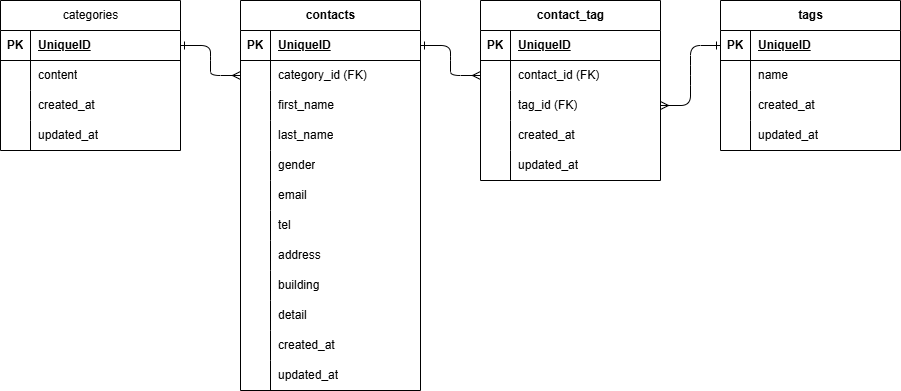
Above: images/er-diagram.png in taiga-takeda/contact-form-app (draw.io), before the change. Source tidied: cells renumbered, new cells last; positions are measured from the earlier drawing's top-left corner, leaving out a move shared by most shapes.
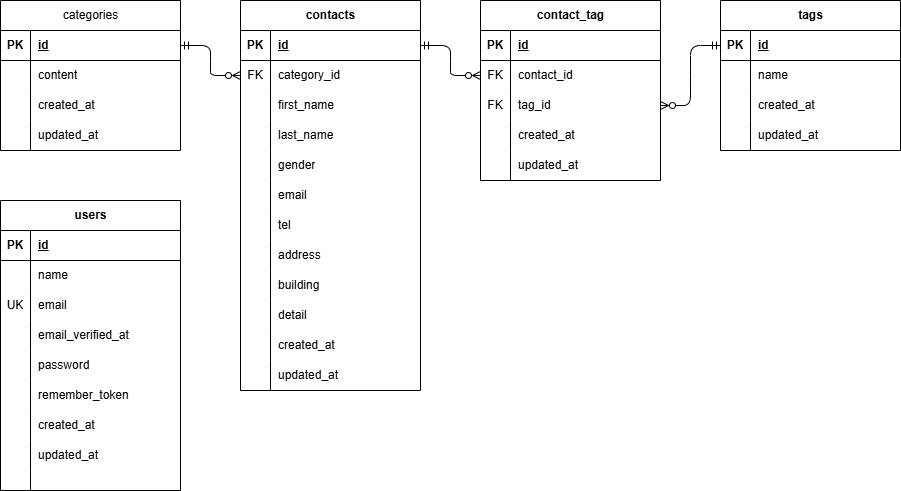
The same file after the commit.

The edit, as a diff of the source:
```diff
@@ -11,25 +11,25 @@
     <mxCell id="4" value="PK" style="shape=partialRectangle;fillColor=none;top=0;left=0;bottom=0;right=0;fontStyle=1;overflow=hidden;whiteSpace=wrap;html=1;" parent="3" vertex="1">
       <mxGeometry width="30" height="30" as="geometry" />
     </mxCell>
-    <mxCell id="5" value="UniqueID" style="shape=partialRectangle;fillColor=none;top=0;left=0;bottom=0;right=0;align=left;spacingLeft=6;fontStyle=5;overflow=hidden;whiteSpace=wrap;html=1;" parent="3" vertex="1">
+    <mxCell id="5" value="id" style="shape=partialRectangle;fillColor=none;top=0;left=0;bottom=0;right=0;align=left;spacingLeft=6;fontStyle=5;overflow=hidden;whiteSpace=wrap;html=1;" parent="3" vertex="1">
       <mxGeometry x="30" width="150" height="30" as="geometry" />
     </mxCell>
     <mxCell id="6" style="shape=tableRow;horizontal=0;startSize=0;swimlaneHead=0;swimlaneBody=0;fillColor=none;points=[[0,0.5],[1,0.5]];portConstraint=eastwest;top=0;left=0;right=0;bottom=0;" parent="2" vertex="1">
       <mxGeometry y="60" width="180" height="30" as="geometry" />
     </mxCell>
-    <mxCell id="7" style="shape=partialRectangle;fillColor=none;top=0;left=0;bottom=0;right=0;overflow=hidden;whiteSpace=wrap;html=1;" parent="6" vertex="1">
+    <mxCell id="7" value="FK" style="shape=partialRectangle;fillColor=none;top=0;left=0;bottom=0;right=0;overflow=hidden;whiteSpace=wrap;html=1;" parent="6" vertex="1">
       <mxGeometry width="30" height="30" as="geometry" />
     </mxCell>
-    <mxCell id="8" value="&lt;span style=&quot;color: rgb(0, 0, 0);&quot;&gt;contact_id (FK)&lt;/span&gt;" style="shape=partialRectangle;fillColor=none;top=0;left=0;bottom=0;right=0;align=left;spacingLeft=6;overflow=hidden;whiteSpace=wrap;html=1;" parent="6" vertex="1">
+    <mxCell id="8" value="&lt;span style=&quot;color: rgb(0, 0, 0);&quot;&gt;contact_id&lt;/span&gt;" style="shape=partialRectangle;fillColor=none;top=0;left=0;bottom=0;right=0;align=left;spacingLeft=6;overflow=hidden;whiteSpace=wrap;html=1;" parent="6" vertex="1">
       <mxGeometry x="30" width="150" height="30" as="geometry" />
     </mxCell>
     <mxCell id="9" style="shape=tableRow;horizontal=0;startSize=0;swimlaneHead=0;swimlaneBody=0;fillColor=none;points=[[0,0.5],[1,0.5]];portConstraint=eastwest;top=0;left=0;right=0;bottom=0;" parent="2" vertex="1">
       <mxGeometry y="90" width="180" height="30" as="geometry" />
     </mxCell>
-    <mxCell id="10" style="shape=partialRectangle;fillColor=none;top=0;left=0;bottom=0;right=0;overflow=hidden;whiteSpace=wrap;html=1;" parent="9" vertex="1">
+    <mxCell id="10" value="FK" style="shape=partialRectangle;fillColor=none;top=0;left=0;bottom=0;right=0;overflow=hidden;whiteSpace=wrap;html=1;" parent="9" vertex="1">
       <mxGeometry width="30" height="30" as="geometry" />
     </mxCell>
-    <mxCell id="11" value="&lt;span style=&quot;color: rgb(0, 0, 0);&quot;&gt;tag_id (FK)&lt;/span&gt;" style="shape=partialRectangle;fillColor=none;top=0;left=0;bottom=0;right=0;align=left;spacingLeft=6;overflow=hidden;whiteSpace=wrap;html=1;" parent="9" vertex="1">
+    <mxCell id="11" value="&lt;span style=&quot;color: rgb(0, 0, 0);&quot;&gt;tag_id&lt;/span&gt;" style="shape=partialRectangle;fillColor=none;top=0;left=0;bottom=0;right=0;align=left;spacingLeft=6;overflow=hidden;whiteSpace=wrap;html=1;" parent="9" vertex="1">
       <mxGeometry x="30" width="150" height="30" as="geometry" />
     </mxCell>
     <mxCell id="12" style="shape=tableRow;horizontal=0;startSize=0;swimlaneHead=0;swimlaneBody=0;fillColor=none;top=0;left=0;right=0;bottom=0;" parent="2" vertex="1">
@@ -59,7 +59,7 @@
     <mxCell id="20" value="PK" style="shape=partialRectangle;fillColor=none;top=0;left=0;bottom=0;right=0;fontStyle=1;overflow=hidden;whiteSpace=wrap;html=1;" parent="19" vertex="1">
       <mxGeometry width="30" height="30" as="geometry" />
     </mxCell>
-    <mxCell id="21" value="UniqueID" style="shape=partialRectangle;fillColor=none;top=0;left=0;bottom=0;right=0;align=left;spacingLeft=6;fontStyle=5;overflow=hidden;whiteSpace=wrap;html=1;" parent="19" vertex="1">
+    <mxCell id="21" value="id" style="shape=partialRectangle;fillColor=none;top=0;left=0;bottom=0;right=0;align=left;spacingLeft=6;fontStyle=5;overflow=hidden;whiteSpace=wrap;html=1;" parent="19" vertex="1">
       <mxGeometry x="30" width="150" height="30" as="geometry" />
     </mxCell>
     <mxCell id="22" style="shape=tableRow;horizontal=0;startSize=0;swimlaneHead=0;swimlaneBody=0;fillColor=none;top=0;left=0;right=0;bottom=0;" parent="18" vertex="1">
@@ -98,16 +98,16 @@
     <mxCell id="33" value="PK" style="shape=partialRectangle;fillColor=none;top=0;left=0;bottom=0;right=0;fontStyle=1;overflow=hidden;whiteSpace=wrap;html=1;" parent="32" vertex="1">
       <mxGeometry width="30" height="30" as="geometry" />
     </mxCell>
-    <mxCell id="34" value="UniqueID" style="shape=partialRectangle;fillColor=none;top=0;left=0;bottom=0;right=0;align=left;spacingLeft=6;fontStyle=5;overflow=hidden;whiteSpace=wrap;html=1;" parent="32" vertex="1">
+    <mxCell id="34" value="id" style="shape=partialRectangle;fillColor=none;top=0;left=0;bottom=0;right=0;align=left;spacingLeft=6;fontStyle=5;overflow=hidden;whiteSpace=wrap;html=1;" parent="32" vertex="1">
       <mxGeometry x="30" width="150" height="30" as="geometry" />
     </mxCell>
     <mxCell id="35" style="shape=tableRow;horizontal=0;startSize=0;swimlaneHead=0;swimlaneBody=0;fillColor=none;points=[[0,0.5],[1,0.5]];portConstraint=eastwest;top=0;left=0;right=0;bottom=0;" parent="31" vertex="1">
       <mxGeometry y="60" width="180" height="30" as="geometry" />
     </mxCell>
-    <mxCell id="36" style="shape=partialRectangle;fillColor=none;top=0;left=0;bottom=0;right=0;overflow=hidden;whiteSpace=wrap;html=1;" parent="35" vertex="1">
+    <mxCell id="36" value="FK" style="shape=partialRectangle;fillColor=none;top=0;left=0;bottom=0;right=0;overflow=hidden;whiteSpace=wrap;html=1;" parent="35" vertex="1">
       <mxGeometry width="30" height="30" as="geometry" />
     </mxCell>
-    <mxCell id="37" value="&lt;span style=&quot;color: rgb(0, 0, 0);&quot;&gt;category_id (FK)&lt;/span&gt;" style="shape=partialRectangle;fillColor=none;top=0;left=0;bottom=0;right=0;align=left;spacingLeft=6;overflow=hidden;whiteSpace=wrap;html=1;" parent="35" vertex="1">
+    <mxCell id="37" value="&lt;span style=&quot;color: rgb(0, 0, 0);&quot;&gt;category_id&lt;/span&gt;" style="shape=partialRectangle;fillColor=none;top=0;left=0;bottom=0;right=0;align=left;spacingLeft=6;overflow=hidden;whiteSpace=wrap;html=1;" parent="35" vertex="1">
       <mxGeometry x="30" width="150" height="30" as="geometry" />
     </mxCell>
     <mxCell id="38" style="shape=tableRow;horizontal=0;startSize=0;swimlaneHead=0;swimlaneBody=0;fillColor=none;top=0;left=0;right=0;bottom=0;" parent="31" vertex="1">
@@ -209,7 +209,7 @@
     <mxCell id="70" value="PK" style="shape=partialRectangle;fillColor=none;top=0;left=0;bottom=0;right=0;fontStyle=1;overflow=hidden;whiteSpace=wrap;html=1;" parent="69" vertex="1">
       <mxGeometry width="30" height="30" as="geometry" />
     </mxCell>
-    <mxCell id="71" value="UniqueID" style="shape=partialRectangle;fillColor=none;top=0;left=0;bottom=0;right=0;align=left;spacingLeft=6;fontStyle=5;overflow=hidden;whiteSpace=wrap;html=1;" parent="69" vertex="1">
+    <mxCell id="71" value="id" style="shape=partialRectangle;fillColor=none;top=0;left=0;bottom=0;right=0;align=left;spacingLeft=6;fontStyle=5;overflow=hidden;whiteSpace=wrap;html=1;" parent="69" vertex="1">
       <mxGeometry x="30" width="150" height="30" as="geometry" />
     </mxCell>
     <mxCell id="72" style="shape=tableRow;horizontal=0;startSize=0;swimlaneHead=0;swimlaneBody=0;fillColor=none;top=0;left=0;right=0;bottom=0;" parent="68" vertex="1">
@@ -239,18 +239,103 @@
     <mxCell id="80" value="&lt;span style=&quot;color: rgb(0, 0, 0);&quot;&gt;updated_at&lt;/span&gt;" style="shape=partialRectangle;fillColor=none;top=0;left=0;bottom=0;right=0;align=left;spacingLeft=6;overflow=hidden;whiteSpace=wrap;html=1;" parent="78" vertex="1">
       <mxGeometry x="30" width="150" height="30" as="geometry" />
     </mxCell>
-    <mxCell id="81" style="edgeStyle=entityRelationEdgeStyle;fontSize=12;html=1;endArrow=ERmany;startArrow=ERone;exitX=1;exitY=0.5;exitDx=0;exitDy=0;startFill=0;" parent="1" edge="1" source="69" target="35">
+    <mxCell id="81" style="edgeStyle=entityRelationEdgeStyle;fontSize=12;html=1;endArrow=ERzeroToMany;startArrow=ERmandOne;startFill=0;endFill=0;" parent="1" edge="1" target="35">
       <mxGeometry relative="1" as="geometry">
+        <mxPoint x="180" y="45" as="sourcePoint" />
         <Array as="points">
           <mxPoint x="220" y="110" />
         </Array>
       </mxGeometry>
     </mxCell>
-    <mxCell id="82" style="edgeStyle=entityRelationEdgeStyle;fontSize=12;html=1;endArrow=ERmany;startArrow=ERone;exitX=1;exitY=0.5;exitDx=0;exitDy=0;startFill=0;" parent="1" edge="1" source="32" target="6">
+    <mxCell id="82" style="edgeStyle=entityRelationEdgeStyle;fontSize=12;html=1;endArrow=ERzeroToMany;startArrow=ERmandOne;exitX=1;exitY=0.5;exitDx=0;exitDy=0;startFill=0;endFill=0;" parent="1" edge="1" source="32" target="6">
       <mxGeometry relative="1" as="geometry" />
     </mxCell>
-    <mxCell id="83" style="edgeStyle=entityRelationEdgeStyle;fontSize=12;html=1;endArrow=ERone;startArrow=ERmany;endFill=0;" parent="1" edge="1" source="9" target="19">
+    <mxCell id="83" style="edgeStyle=entityRelationEdgeStyle;fontSize=12;html=1;endArrow=ERmandOne;startArrow=ERzeroToMany;endFill=0;startFill=0;" parent="1" edge="1" source="9" target="19">
       <mxGeometry relative="1" as="geometry" />
     </mxCell>
+    <mxCell id="84" value="users" style="shape=table;startSize=30;rowLines=0;fontStyle=1;align=center;html=1;" parent="1" vertex="1">
+      <mxGeometry y="200" width="180" height="290" as="geometry" />
+    </mxCell>
+    <mxCell id="85" style="shape=tableRow;horizontal=0;startSize=0;swimlaneHead=0;swimlaneBody=0;fillColor=none;top=0;left=0;right=0;bottom=1;" parent="84" vertex="1">
+      <mxGeometry y="30" width="180" height="30" as="geometry" />
+    </mxCell>
+    <mxCell id="86" value="PK" style="shape=partialRectangle;fillColor=none;top=0;left=0;bottom=0;right=0;fontStyle=1;overflow=hidden;whiteSpace=wrap;html=1;" parent="85" vertex="1">
+      <mxGeometry width="30" height="30" as="geometry" />
+    </mxCell>
+    <mxCell id="87" value="id" style="shape=partialRectangle;fillColor=none;top=0;left=0;bottom=0;right=0;align=left;spacingLeft=6;fontStyle=5;overflow=hidden;whiteSpace=wrap;html=1;" parent="85" vertex="1">
+      <mxGeometry x="30" width="150" height="30" as="geometry" />
+    </mxCell>
+    <mxCell id="88" style="shape=tableRow;horizontal=0;startSize=0;swimlaneHead=0;swimlaneBody=0;fillColor=none;top=0;left=0;right=0;bottom=0;" parent="84" vertex="1">
+      <mxGeometry y="60" width="180" height="30" as="geometry" />
+    </mxCell>
+    <mxCell id="89" style="shape=partialRectangle;fillColor=none;top=0;left=0;bottom=0;right=0;overflow=hidden;whiteSpace=wrap;html=1;" parent="88" vertex="1">
+      <mxGeometry width="30" height="30" as="geometry" />
+    </mxCell>
+    <mxCell id="90" value="name" style="shape=partialRectangle;fillColor=none;top=0;left=0;bottom=0;right=0;align=left;spacingLeft=6;overflow=hidden;whiteSpace=wrap;html=1;" parent="88" vertex="1">
+      <mxGeometry x="30" width="150" height="30" as="geometry" />
+    </mxCell>
+    <mxCell id="91" style="shape=tableRow;horizontal=0;startSize=0;swimlaneHead=0;swimlaneBody=0;fillColor=none;top=0;left=0;right=0;bottom=0;" parent="84" vertex="1">
+      <mxGeometry y="90" width="180" height="30" as="geometry" />
+    </mxCell>
+    <mxCell id="92" value="UK" style="shape=partialRectangle;fillColor=none;top=0;left=0;bottom=0;right=0;overflow=hidden;whiteSpace=wrap;html=1;" parent="91" vertex="1">
+      <mxGeometry width="30" height="30" as="geometry" />
+    </mxCell>
+    <mxCell id="93" value="email" style="shape=partialRectangle;fillColor=none;top=0;left=0;bottom=0;right=0;align=left;spacingLeft=6;overflow=hidden;whiteSpace=wrap;html=1;" parent="91" vertex="1">
+      <mxGeometry x="30" width="150" height="30" as="geometry" />
+    </mxCell>
+    <mxCell id="94" style="shape=tableRow;horizontal=0;startSize=0;swimlaneHead=0;swimlaneBody=0;fillColor=none;top=0;left=0;right=0;bottom=0;" parent="84" vertex="1">
+      <mxGeometry y="120" width="180" height="30" as="geometry" />
+    </mxCell>
+    <mxCell id="95" style="shape=partialRectangle;fillColor=none;top=0;left=0;bottom=0;right=0;overflow=hidden;whiteSpace=wrap;html=1;" parent="94" vertex="1">
+      <mxGeometry width="30" height="30" as="geometry" />
+    </mxCell>
+    <mxCell id="96" value="email_verified_at " style="shape=partialRectangle;fillColor=none;top=0;left=0;bottom=0;right=0;align=left;spacingLeft=6;overflow=hidden;whiteSpace=wrap;html=1;" parent="94" vertex="1">
+      <mxGeometry x="30" width="150" height="30" as="geometry" />
+    </mxCell>
+    <mxCell id="97" style="shape=tableRow;horizontal=0;startSize=0;swimlaneHead=0;swimlaneBody=0;fillColor=none;top=0;left=0;right=0;bottom=0;" parent="84" vertex="1">
+      <mxGeometry y="150" width="180" height="30" as="geometry" />
+    </mxCell>
+    <mxCell id="98" style="shape=partialRectangle;fillColor=none;top=0;left=0;bottom=0;right=0;overflow=hidden;whiteSpace=wrap;html=1;" parent="97" vertex="1">
+      <mxGeometry width="30" height="30" as="geometry" />
+    </mxCell>
+    <mxCell id="99" value="password" style="shape=partialRectangle;fillColor=none;top=0;left=0;bottom=0;right=0;align=left;spacingLeft=6;overflow=hidden;whiteSpace=wrap;html=1;" parent="97" vertex="1">
+      <mxGeometry x="30" width="150" height="30" as="geometry" />
+    </mxCell>
+    <mxCell id="100" style="shape=tableRow;horizontal=0;startSize=0;swimlaneHead=0;swimlaneBody=0;fillColor=none;top=0;left=0;right=0;bottom=0;" parent="84" vertex="1">
+      <mxGeometry y="180" width="180" height="30" as="geometry" />
+    </mxCell>
+    <mxCell id="101" style="shape=partialRectangle;fillColor=none;top=0;left=0;bottom=0;right=0;overflow=hidden;whiteSpace=wrap;html=1;" parent="100" vertex="1">
+      <mxGeometry width="30" height="30" as="geometry" />
+    </mxCell>
+    <mxCell id="102" value="remember_token " style="shape=partialRectangle;fillColor=none;top=0;left=0;bottom=0;right=0;align=left;spacingLeft=6;overflow=hidden;whiteSpace=wrap;html=1;" parent="100" vertex="1">
+      <mxGeometry x="30" width="150" height="30" as="geometry" />
+    </mxCell>
+    <mxCell id="103" style="shape=tableRow;horizontal=0;startSize=0;swimlaneHead=0;swimlaneBody=0;fillColor=none;top=0;left=0;right=0;bottom=0;" parent="84" vertex="1">
+      <mxGeometry y="210" width="180" height="30" as="geometry" />
+    </mxCell>
+    <mxCell id="104" style="shape=partialRectangle;fillColor=none;top=0;left=0;bottom=0;right=0;overflow=hidden;whiteSpace=wrap;html=1;" parent="103" vertex="1">
+      <mxGeometry width="30" height="30" as="geometry" />
+    </mxCell>
+    <mxCell id="105" value="created_at" style="shape=partialRectangle;fillColor=none;top=0;left=0;bottom=0;right=0;align=left;spacingLeft=6;overflow=hidden;whiteSpace=wrap;html=1;" parent="103" vertex="1">
+      <mxGeometry x="30" width="150" height="30" as="geometry" />
+    </mxCell>
+    <mxCell id="106" style="shape=tableRow;horizontal=0;startSize=0;swimlaneHead=0;swimlaneBody=0;fillColor=none;top=0;left=0;right=0;bottom=0;" parent="84" vertex="1">
+      <mxGeometry y="240" width="180" height="30" as="geometry" />
+    </mxCell>
+    <mxCell id="107" style="shape=partialRectangle;fillColor=none;top=0;left=0;bottom=0;right=0;overflow=hidden;whiteSpace=wrap;html=1;" parent="106" vertex="1">
+      <mxGeometry width="30" height="30" as="geometry" />
+    </mxCell>
+    <mxCell id="108" value="updated_at" style="shape=partialRectangle;fillColor=none;top=0;left=0;bottom=0;right=0;align=left;spacingLeft=6;overflow=hidden;whiteSpace=wrap;html=1;" parent="106" vertex="1">
+      <mxGeometry x="30" width="150" height="30" as="geometry" />
+    </mxCell>
+    <mxCell id="109" style="shape=tableRow;horizontal=0;startSize=0;swimlaneHead=0;swimlaneBody=0;fillColor=none;top=0;left=0;right=0;bottom=0;" parent="84" vertex="1">
+      <mxGeometry y="270" width="180" height="20" as="geometry" />
+    </mxCell>
+    <mxCell id="110" style="shape=partialRectangle;fillColor=none;top=0;left=0;bottom=0;right=0;overflow=hidden;whiteSpace=wrap;html=1;" parent="109" vertex="1">
+      <mxGeometry width="30" height="20" as="geometry" />
+    </mxCell>
+    <mxCell id="111" style="shape=partialRectangle;fillColor=none;top=0;left=0;bottom=0;right=0;align=left;spacingLeft=6;overflow=hidden;whiteSpace=wrap;html=1;" parent="109" vertex="1">
+      <mxGeometry x="30" width="150" height="20" as="geometry" />
+    </mxCell>
   </root>
 </mxGraphModel>
```
